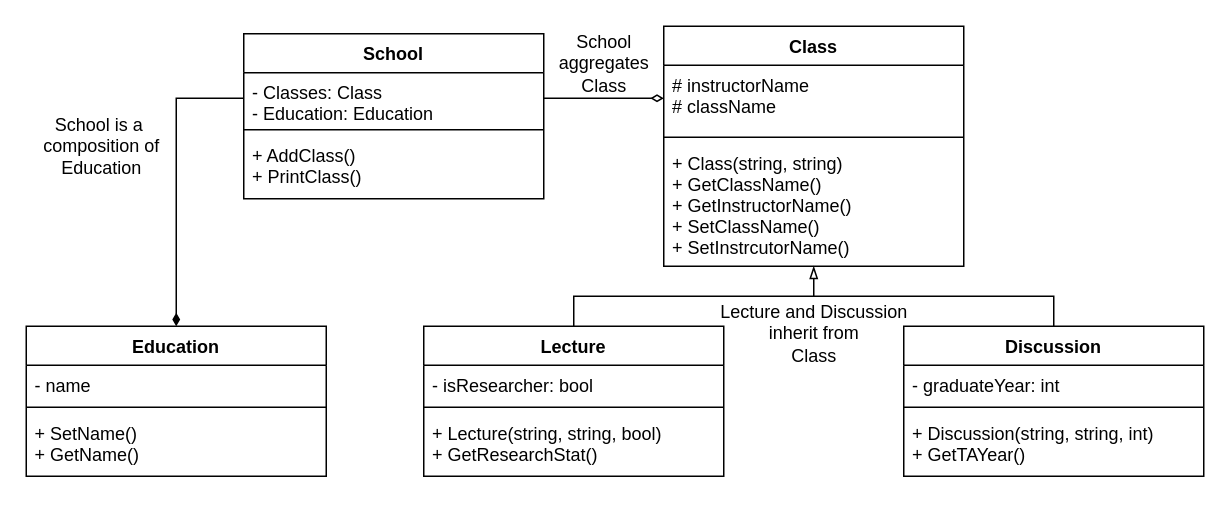
Above: Untitled Diagram.drawio in CS100-SI/DevMethods (draw.io), before the change. Source tidied: cells renumbered, new cells numbered last; positions are measured from the earlier drawing's top-left corner, leaving out a move shared by most shapes. Both pictures are drawn from the tidied source at 150%, with x=0, y=0 at pixel (26, 26).
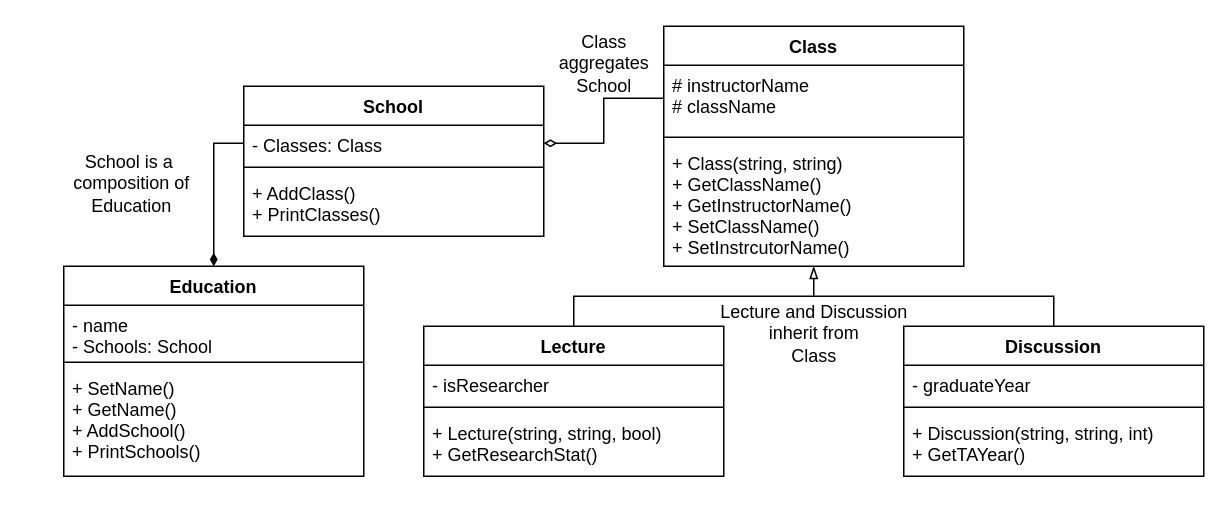
After the change.

Unchanged cells that the change refers to:
```xml
<mxCell id="3" value="# instructorName&#10;# className" style="text;strokeColor=none;fillColor=none;align=left;verticalAlign=top;spacingLeft=4;spacingRight=4;overflow=hidden;points=[[0,0.5],[1,0.5]];portConstraint=eastwest;" parent="2" vertex="1">
  <mxGeometry y="26" width="200" height="44" as="geometry" />
</mxCell>
<mxCell id="7" value="Lecture" style="swimlane;fontStyle=1;align=center;verticalAlign=top;horizontal=1;startSize=26;" parent="1" vertex="1">
  <mxGeometry x="265" y="200" width="200" height="100" as="geometry" />
</mxCell>
<mxCell id="12" value="Discussion" style="swimlane;fontStyle=1;align=center;verticalAlign=top;horizontal=1;startSize=26;" parent="1" vertex="1">
  <mxGeometry x="585" y="200" width="200" height="100" as="geometry" />
</mxCell>
```

Change to the diagram source:
```diff
@@
-    <mxCell id="8" value="- isResearcher: bool" style="text;strokeColor=none;fillColor=none;align=left;verticalAlign=top;spacingLeft=4;spacingRight=4;overflow=hidden;" parent="7" vertex="1">
+    <mxCell id="8" value="- isResearcher" style="text;strokeColor=none;fillColor=none;align=left;verticalAlign=top;spacingLeft=4;spacingRight=4;overflow=hidden;" parent="7" vertex="1">
       <mxGeometry y="26" width="200" height="24" as="geometry" />
     </mxCell>
@@
-    <mxCell id="13" value="- graduateYear: int" style="text;strokeColor=none;fillColor=none;align=left;verticalAlign=top;spacingLeft=4;spacingRight=4;overflow=hidden;" parent="12" vertex="1">
+    <mxCell id="13" value="- graduateYear" style="text;strokeColor=none;fillColor=none;align=left;verticalAlign=top;spacingLeft=4;spacingRight=4;overflow=hidden;" parent="12" vertex="1">
       <mxGeometry y="26" width="200" height="24" as="geometry" />
     </mxCell>
@@
     <mxCell id="16" value="School" style="swimlane;fontStyle=1;align=center;verticalAlign=top;horizontal=1;startSize=26;" parent="1" vertex="1">
-      <mxGeometry x="145" y="5" width="200" height="110" as="geometry" />
+      <mxGeometry x="145" y="40" width="200" height="100" as="geometry" />
     </mxCell>
-    <mxCell id="17" value="- Classes: Class&#10;- Education: Education" style="text;strokeColor=none;fillColor=none;align=left;verticalAlign=top;spacingLeft=4;spacingRight=4;overflow=hidden;points=[[0,0.5],[1,0.5]];portConstraint=eastwest;" parent="16" vertex="1">
-      <mxGeometry y="26" width="200" height="34" as="geometry" />
+    <mxCell id="17" value="- Classes: Class" style="text;strokeColor=none;fillColor=none;align=left;verticalAlign=top;spacingLeft=4;spacingRight=4;overflow=hidden;points=[[0,0.5],[1,0.5]];portConstraint=eastwest;" parent="16" vertex="1">
+      <mxGeometry y="26" width="200" height="24" as="geometry" />
     </mxCell>
     <mxCell id="18" style="line;strokeWidth=1;fillColor=none;align=left;verticalAlign=middle;spacingTop=-1;spacingLeft=3;spacingRight=3;labelPosition=right;" parent="16" vertex="1">
-      <mxGeometry y="60" width="200" height="8" as="geometry" />
+      <mxGeometry y="50" width="200" height="8" as="geometry" />
     </mxCell>
-    <mxCell id="19" value="+ AddClass()&#10;+ PrintClass()" style="text;strokeColor=none;fillColor=none;align=left;verticalAlign=top;spacingLeft=4;spacingRight=4;overflow=hidden;" parent="16" vertex="1">
-      <mxGeometry y="68" width="200" height="42" as="geometry" />
+    <mxCell id="19" value="+ AddClass()&#10;+ PrintClasses()" style="text;strokeColor=none;fillColor=none;align=left;verticalAlign=top;spacingLeft=4;spacingRight=4;overflow=hidden;" parent="16" vertex="1">
+      <mxGeometry y="58" width="200" height="42" as="geometry" />
     </mxCell>
-    <mxCell id="20" style="edgeStyle=orthogonalEdgeStyle;rounded=0;jettySize=auto;html=1;exitX=1;exitY=0.5;exitDx=0;exitDy=0;entryX=0;entryY=0.5;entryDx=0;entryDy=0;endArrow=diamondThin;endFill=0;" parent="1" edge="1" source="17" target="3">
+    <mxCell id="20" style="edgeStyle=orthogonalEdgeStyle;rounded=0;jettySize=auto;html=1;exitX=1;exitY=0.5;exitDx=0;exitDy=0;entryX=0;entryY=0.5;entryDx=0;entryDy=0;endArrow=none;endFill=0;startArrow=diamondThin;startFill=0;" parent="1" edge="1" source="17" target="3">
       <mxGeometry relative="1" as="geometry" />
     </mxCell>
-    <mxCell id="21" value="School &lt;br&gt;aggregates &lt;br&gt;Class" style="text;html=1;align=center;verticalAlign=middle;strokeColor=none;fillColor=none;" parent="1" vertex="1">
+    <mxCell id="21" value="Class&lt;br&gt;aggregates &lt;br&gt;School" style="text;html=1;align=center;verticalAlign=middle;strokeColor=none;fillColor=none;" parent="1" vertex="1">
       <mxGeometry x="345" width="80" height="50" as="geometry" />
     </mxCell>
@@
     <mxCell id="23" value="Education" style="swimlane;fontStyle=1;align=center;verticalAlign=top;horizontal=1;startSize=26;" parent="1" vertex="1">
-      <mxGeometry y="200" width="200" height="100" as="geometry" />
+      <mxGeometry x="25" y="160" width="200" height="140" as="geometry" />
     </mxCell>
-    <mxCell id="24" value="- name" style="text;strokeColor=none;fillColor=none;align=left;verticalAlign=top;spacingLeft=4;spacingRight=4;overflow=hidden;" parent="23" vertex="1">
-      <mxGeometry y="26" width="200" height="24" as="geometry" />
+    <mxCell id="24" value="- name&#10;- Schools: School" style="text;strokeColor=none;fillColor=none;align=left;verticalAlign=top;spacingLeft=4;spacingRight=4;overflow=hidden;" parent="23" vertex="1">
+      <mxGeometry y="26" width="200" height="34" as="geometry" />
     </mxCell>
     <mxCell id="25" style="line;strokeWidth=1;fillColor=none;align=left;verticalAlign=middle;spacingTop=-1;spacingLeft=3;spacingRight=3;labelPosition=right;" parent="23" vertex="1">
-      <mxGeometry y="50" width="200" height="8" as="geometry" />
+      <mxGeometry y="60" width="200" height="8" as="geometry" />
     </mxCell>
-    <mxCell id="26" value="+ SetName()&#10;+ GetName()" style="text;strokeColor=none;fillColor=none;align=left;verticalAlign=top;spacingLeft=4;spacingRight=4;overflow=hidden;" parent="23" vertex="1">
-      <mxGeometry y="58" width="200" height="42" as="geometry" />
+    <mxCell id="26" value="+ SetName()&#10;+ GetName()&#10;+ AddSchool()&#10;+ PrintSchools()" style="text;strokeColor=none;fillColor=none;align=left;verticalAlign=top;spacingLeft=4;spacingRight=4;overflow=hidden;" parent="23" vertex="1">
+      <mxGeometry y="68" width="200" height="72" as="geometry" />
     </mxCell>
@@
     <mxCell id="28" value="School is a&amp;nbsp;&lt;br&gt;composition of&lt;br&gt;Education" style="text;html=1;align=center;verticalAlign=middle;strokeColor=none;fillColor=none;" parent="1" vertex="1">
-      <mxGeometry x="5" y="55" width="90" height="50" as="geometry" />
+      <mxGeometry x="25" y="80" width="90" height="50" as="geometry" />
     </mxCell>
```
